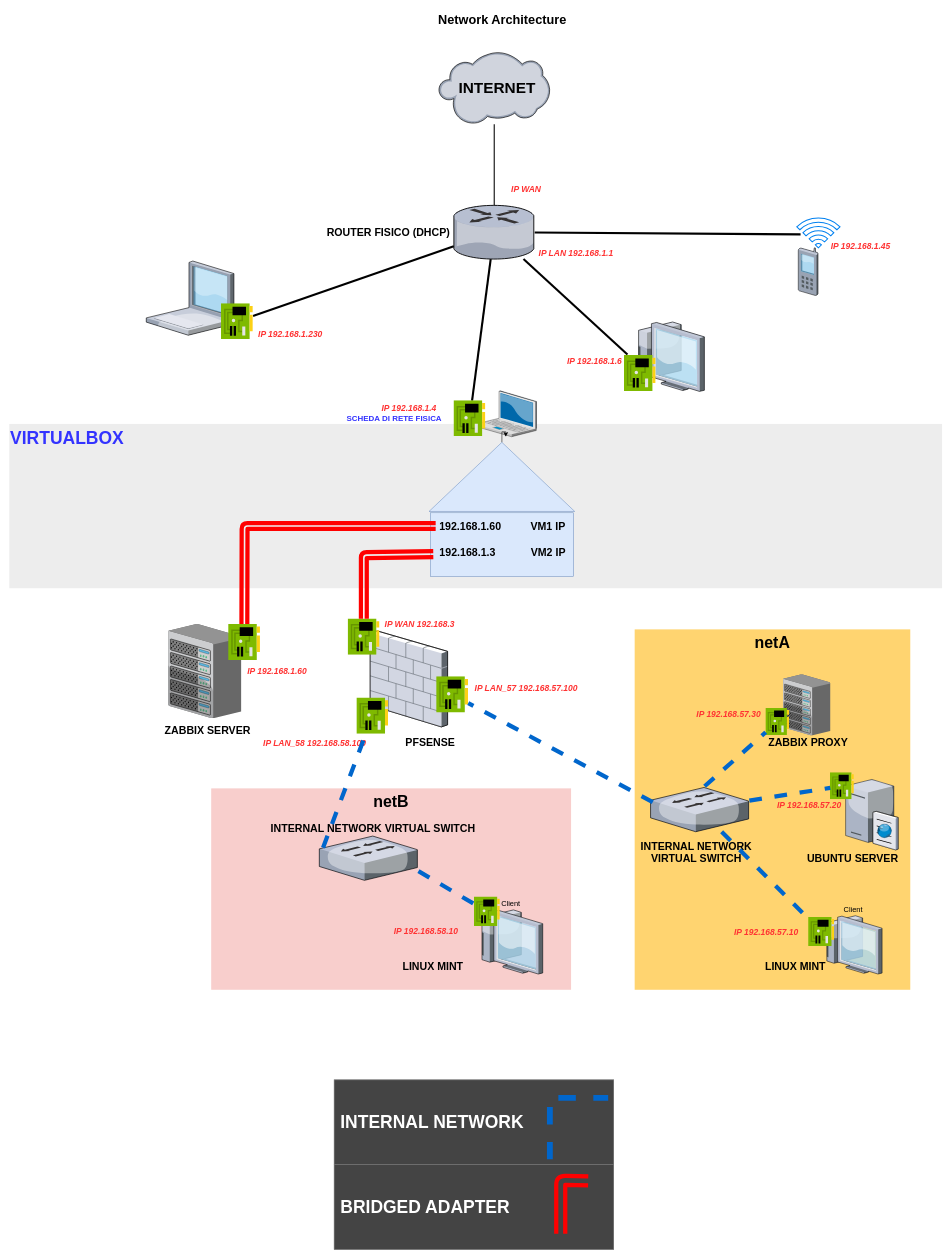
Before: network_schema.drawio in padowla/super-fortnight, a draw.io diagram. Source tidied: cells renumbered, new cells numbered last; positions are measured from the earlier drawing's top-left corner, leaving out a move shared by most shapes. Both pictures are drawn from the tidied source at 53%, with x=0, y=0 at pixel (9, 9).
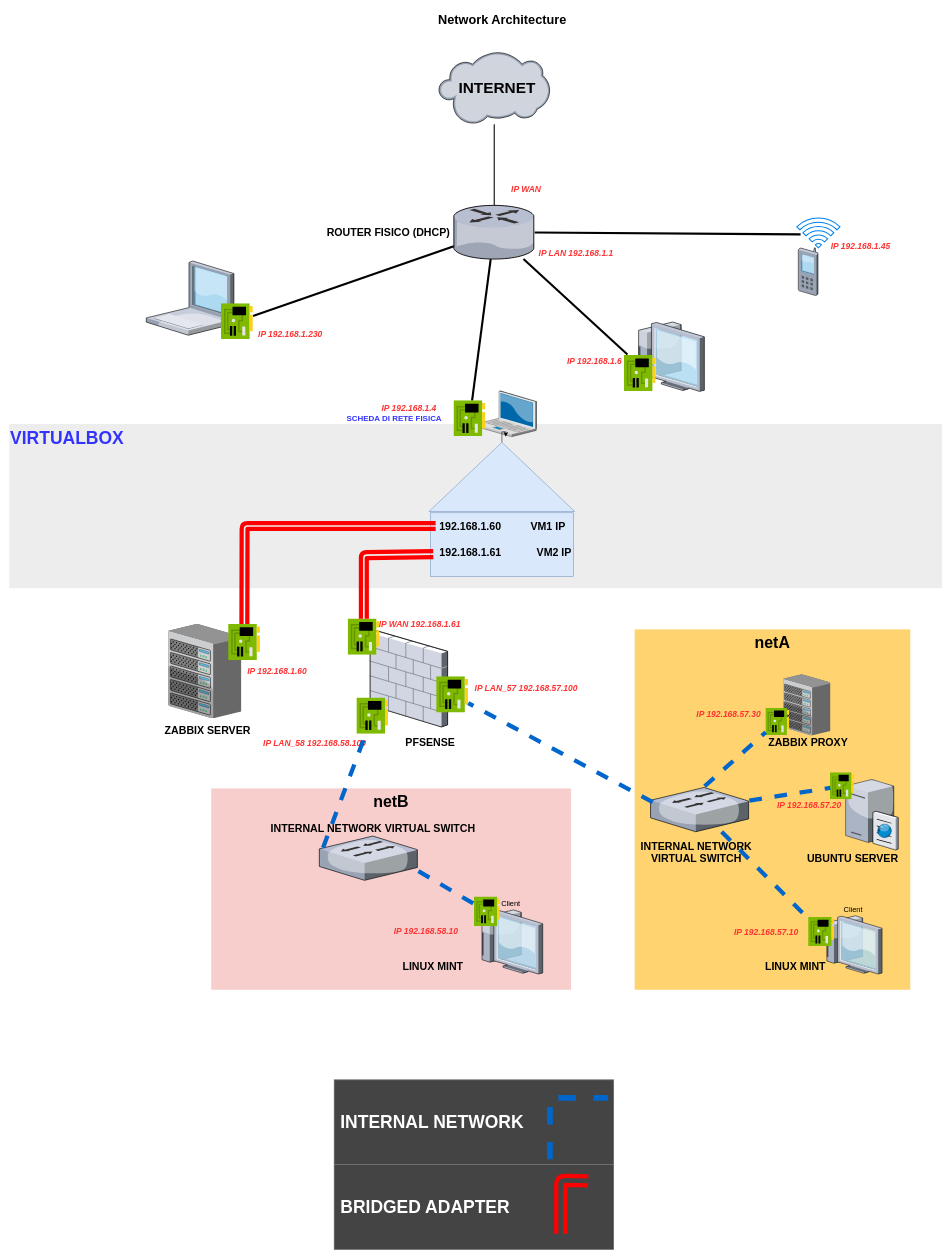
After the change.

What changed in the source:
```diff
@@
-    <mxCell id="30" value="&lt;div align=&quot;left&quot;&gt;&lt;font style=&quot;font-size: 20px&quot;&gt;&lt;b&gt;192.168.1.3&amp;nbsp;&amp;nbsp;&amp;nbsp;&amp;nbsp;&amp;nbsp;&amp;nbsp; &amp;nbsp;&amp;nbsp; &amp;nbsp; VM2 IP&lt;/b&gt;&lt;/font&gt;&lt;/div&gt;" style="text;html=1;align=left;verticalAlign=middle;fontSize=15;fontColor=#000000;" parent="1" vertex="1">
-      <mxGeometry x="810" y="1010" width="250" height="30" as="geometry" />
+    <mxCell id="30" value="&lt;div align=&quot;left&quot;&gt;&lt;font style=&quot;font-size: 20px&quot;&gt;&lt;b&gt;192.168.1.61 &amp;nbsp;&amp;nbsp;&amp;nbsp;&amp;nbsp;&amp;nbsp; &amp;nbsp;&amp;nbsp; &amp;nbsp; VM2 IP&lt;/b&gt;&lt;/font&gt;&lt;/div&gt;" style="text;html=1;align=left;verticalAlign=middle;fontSize=15;fontColor=#000000;" parent="1" vertex="1">
+      <mxGeometry x="810" y="1010" width="260" height="30" as="geometry" />
     </mxCell>
@@
-    <mxCell id="42" value="&lt;b&gt;&lt;font color=&quot;#FF3333&quot;&gt;&lt;i&gt;&lt;font style=&quot;font-size: 16px&quot;&gt;IP WAN 192.168.3&lt;/font&gt;&lt;/i&gt;&lt;/font&gt;&lt;/b&gt;" style="text;html=1;align=center;verticalAlign=middle;fontSize=15;" parent="1" vertex="1">
-      <mxGeometry x="699" y="1150" width="150" height="20" as="geometry" />
+    <mxCell id="42" value="&lt;b&gt;&lt;font color=&quot;#FF3333&quot;&gt;&lt;i&gt;&lt;font style=&quot;font-size: 16px&quot;&gt;IP WAN 192.168.1.61&lt;/font&gt;&lt;/i&gt;&lt;/font&gt;&lt;/b&gt;" style="text;html=1;align=center;verticalAlign=middle;fontSize=15;" parent="1" vertex="1">
+      <mxGeometry x="689" y="1150" width="170" height="20" as="geometry" />
     </mxCell>
```
